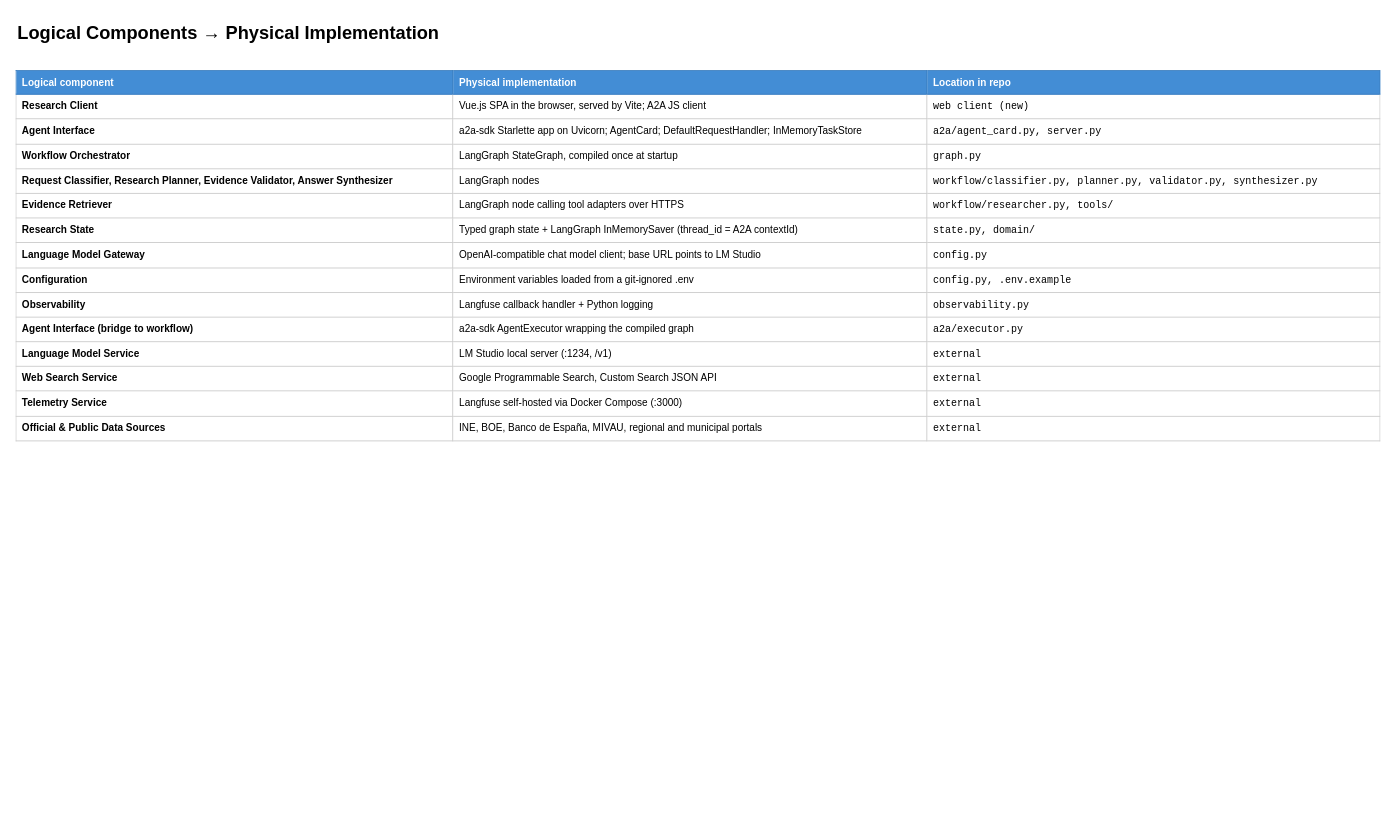
Before: page "Logical to Physical Mapping" (2 of 2) of docs/architecture/physical-architecture.drawio in rtrujillor/a2a-agent-example, a draw.io diagram. Source tidied: cells renumbered, new cells numbered last; positions are measured from the earlier drawing's top-left corner, leaving out a move shared by most shapes. Both pictures are drawn from the tidied source at 91%, with x=0, y=0 at pixel (15, 15).
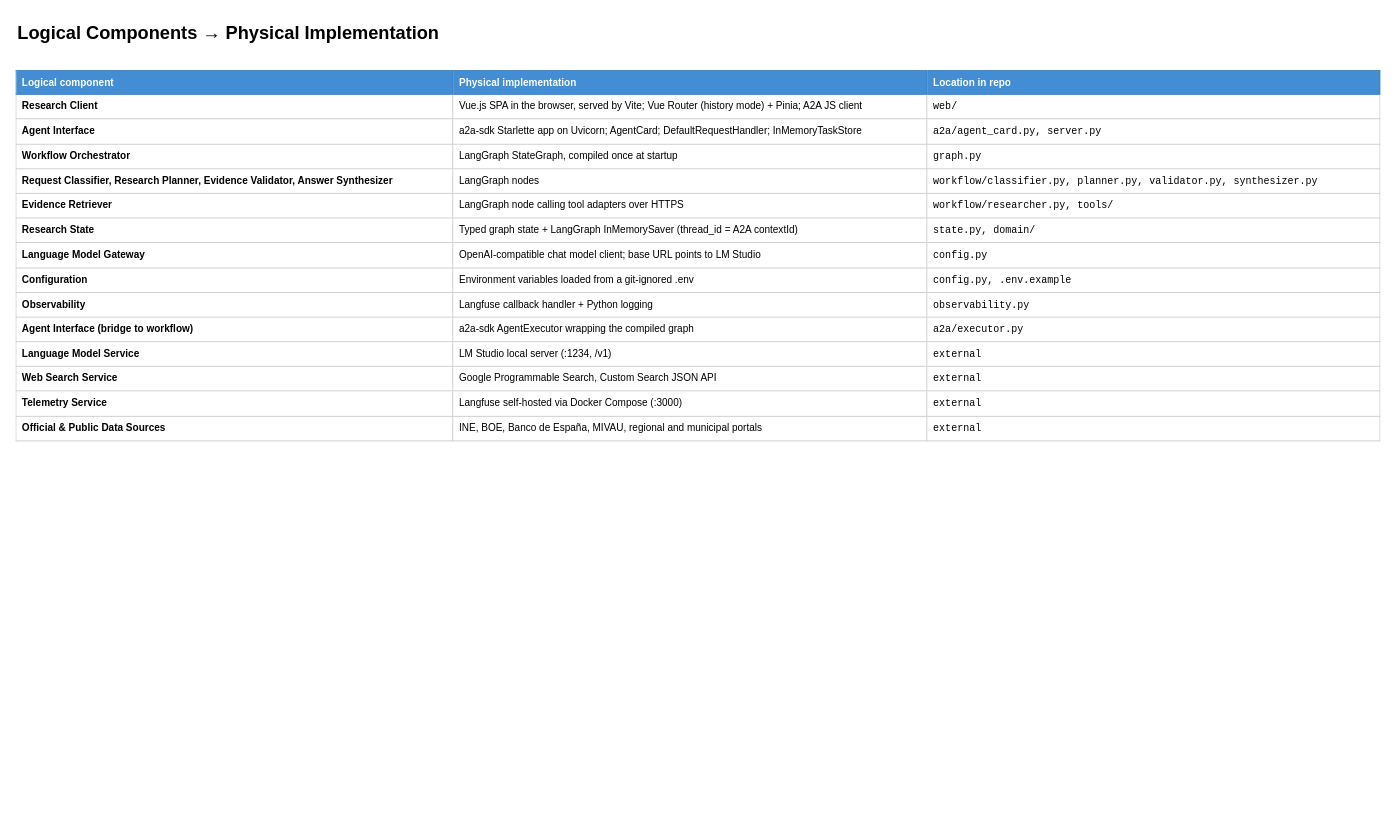
Above is the later version.

What changed in the source:
```diff
@@
 <mxGraphModel>
   <root>
     <mxCell id="0" />
     <mxCell id="1" parent="0" />
     <mxCell id="2" value="Logical Components → Physical Implementation" style="text;html=1;align=left;verticalAlign=top;fontSize=20;fontStyle=1;" parent="1" vertex="1">
       <mxGeometry width="900" height="40" as="geometry" />
     </mxCell>
-    <mxCell id="3" value="&lt;table style='border-collapse:collapse;width:100%'&gt;&lt;tr&gt;&lt;th style='background:#438DD5;color:#fff;padding:6px;text-align:left;border:1px solid #3C7FC0'&gt;Logical component&lt;/th&gt;&lt;th style='background:#438DD5;color:#fff;padding:6px;text-align:left;border:1px solid #3C7FC0'&gt;Physical implementation&lt;/th&gt;&lt;th style='background:#438DD5;color:#fff;padding:6px;text-align:left;border:1px solid #3C7FC0'&gt;Location in repo&lt;/th&gt;&lt;/tr&gt;&lt;tr&gt;&lt;td style='padding:6px;border:1px solid #cccccc;vertical-align:top'&gt;&lt;b&gt;Research Client&lt;/b&gt;&lt;/td&gt;&lt;td style='padding:6px;border:1px solid #cccccc;vertical-align:top'&gt;Vue.js SPA in the browser, served by Vite; A2A JS client&lt;/td&gt;&lt;td style='padding:6px;border:1px solid #cccccc;vertical-align:top'&gt;&lt;code&gt;web client (new)&lt;/code&gt;&lt;/td&gt;&lt;/tr&gt;&lt;tr&gt;&lt;td style='padding:6px;border:1px solid #cccccc;vertical-align:top'&gt;&lt;b&gt;Agent Interface&lt;/b&gt;&lt;/td&gt;&lt;td style='padding:6px;border:1px solid #cccccc;vertical-align:top'&gt;a2a-sdk Starlette app on Uvicorn; AgentCard; DefaultRequestHandler; InMemoryTaskStore&lt;/td&gt;&lt;td style='padding:6px;border:1px solid #cccccc;vertical-align:top'&gt;&lt;code&gt;a2a/agent_card.py, server.py&lt;/code&gt;&lt;/td&gt;&lt;/tr&gt;&lt;tr&gt;&lt;td style='padding:6px;border:1px solid #cccccc;vertical-align:top'&gt;&lt;b&gt;Workflow Orchestrator&lt;/b&gt;&lt;/td&gt;&lt;td style='padding:6px;border:1px solid #cccccc;vertical-align:top'&gt;LangGraph StateGraph, compiled once at startup&lt;/td&gt;&lt;td style='padding:6px;border:1px solid #cccccc;vertical-align:top'&gt;&lt;code&gt;graph.py&lt;/code&gt;&lt;/td&gt;&lt;/tr&gt;&lt;tr&gt;&lt;td style='padding:6px;border:1px solid #cccccc;vertical-align:top'&gt;&lt;b&gt;Request Classifier, Research Planner, Evidence Validator, Answer Synthesizer&lt;/b&gt;&lt;/td&gt;&lt;td style='padding:6px;border:1px solid #cccccc;vertical-align:top'&gt;LangGraph nodes&lt;/td&gt;&lt;td style='padding:6px;border:1px solid #cccccc;vertical-align:top'&gt;&lt;code&gt;workflow/classifier.py, planner.py, validator.py, synthesizer.py&lt;/code&gt;&lt;/td&gt;&lt;/tr&gt;&lt;tr&gt;&lt;td style='padding:6px;border:1px solid #cccccc;vertical-align:top'&gt;&lt;b&gt;Evidence Retriever&lt;/b&gt;&lt;/td&gt;&lt;td style='padding:6px;border:1px solid #cccccc;vertical-align:top'&gt;LangGraph node calling tool adapters over HTTPS&lt;/td&gt;&lt;td style='padding:6px;border:1px solid #cccccc;vertical-align:top'&gt;&lt;code&gt;workflow/researcher.py, tools/&lt;/code&gt;&lt;/td&gt;&lt;/tr&gt;&lt;tr&gt;&lt;td style='padding:6px;border:1px solid #cccccc;vertical-align:top'&gt;&lt;b&gt;Research State&lt;/b&gt;&lt;/td&gt;&lt;td style='padding:6px;border:1px solid #cccccc;vertical-align:top'&gt;Typed graph state + LangGraph InMemorySaver (thread_id = A2A contextId)&lt;/td&gt;&lt;td style='padding:6px;border:1px solid #cccccc;vertical-align:top'&gt;&lt;code&gt;state.py, domain/&lt;/code&gt;&lt;/td&gt;&lt;/tr&gt;&lt;tr&gt;&lt;td style='padding:6px;border:1px solid #cccccc;vertical-align:top'&gt;&lt;b&gt;Language Model Gateway&lt;/b&gt;&lt;/td&gt;&lt;td style='padding:6px;border:1px solid #cccccc;vertical-align:top'&gt;OpenAI-compatible chat model client; base URL points to LM Studio&lt;/td&gt;&lt;td style='padding:6px;border:1px solid #cccccc;vertical-align:top'&gt;&lt;code&gt;config.py&lt;/code&gt;&lt;/td&gt;&lt;/tr&gt;&lt;tr&gt;&lt;td style='padding:6px;border:1px solid #cccccc;vertical-align:top'&gt;&lt;b&gt;Configuration&lt;/b&gt;&lt;/td&gt;&lt;td style='padding:6px;border:1px solid #cccccc;vertical-align:top'&gt;Environment variables loaded from a git-ignored .env&lt;/td&gt;&lt;td style='padding:6px;border:1px solid #cccccc;vertical-align:top'&gt;&lt;code&gt;config.py, .env.example&lt;/code&gt;&lt;/td&gt;&lt;/tr&gt;&lt;tr&gt;&lt;td style='padding:6px;border:1px solid #cccccc;vertical-align:top'&gt;&lt;b&gt;Observability&lt;/b&gt;&lt;/td&gt;&lt;td style='padding:6px;border:1px solid #cccccc;vertical-align:top'&gt;Langfuse callback handler + Python logging&lt;/td&gt;&lt;td style='padding:6px;border:1px solid #cccccc;vertical-align:top'&gt;&lt;code&gt;observability.py&lt;/code&gt;&lt;/td&gt;&lt;/tr&gt;&lt;tr&gt;&lt;td style='padding:6px;border:1px solid #cccccc;vertical-align:top'&gt;&lt;b&gt;Agent Interface (bridge to workflow)&lt;/b&gt;&lt;/td&gt;&lt;td style='padding:6px;border:1px solid #cccccc;vertical-align:top'&gt;a2a-sdk AgentExecutor wrapping the compiled graph&lt;/td&gt;&lt;td style='padding:6px;border:1px solid #cccccc;vertical-align:top'&gt;&lt;code&gt;a2a/executor.py&lt;/code&gt;&lt;/td&gt;&lt;/tr&gt;&lt;tr&gt;&lt;td style='padding:6px;border:1px solid #cccccc;vertical-align:top'&gt;&lt;b&gt;Language Model Service&lt;/b&gt;&lt;/td&gt;&lt;td style='padding:6px;border:1px solid #cccccc;vertical-align:top'&gt;LM Studio local server (:1234, /v1)&lt;/td&gt;&lt;td style='padding:6px;border:1px solid #cccccc;vertical-align:top'&gt;&lt;code&gt;external&lt;/code&gt;&lt;/td&gt;&lt;/tr&gt;&lt;tr&gt;&lt;td style='padding:6px;border:1px solid #cccccc;vertical-align:top'&gt;&lt;b&gt;Web Search Service&lt;/b&gt;&lt;/td&gt;&lt;td style='padding:6px;border:1px solid #cccccc;vertical-align:top'&gt;Google Programmable Search, Custom Search JSON API&lt;/td&gt;&lt;td style='padding:6px;border:1px solid #cccccc;vertical-align:top'&gt;&lt;code&gt;external&lt;/code&gt;&lt;/td&gt;&lt;/tr&gt;&lt;tr&gt;&lt;td style='padding:6px;border:1px solid #cccccc;vertical-align:top'&gt;&lt;b&gt;Telemetry Service&lt;/b&gt;&lt;/td&gt;&lt;td style='padding:6px;border:1px solid #cccccc;vertical-align:top'&gt;Langfuse self-hosted via Docker Compose (:3000)&lt;/td&gt;&lt;td style='padding:6px;border:1px solid #cccccc;vertical-align:top'&gt;&lt;code&gt;external&lt;/code&gt;&lt;/td&gt;&lt;/tr&gt;&lt;tr&gt;&lt;td style='padding:6px;border:1px solid #cccccc;vertical-align:top'&gt;&lt;b&gt;Official &amp;amp; Public Data Sources&lt;/b&gt;&lt;/td&gt;&lt;td style='padding:6px;border:1px solid #cccccc;vertical-align:top'&gt;INE, BOE, Banco de España, MIVAU, regional and municipal portals&lt;/td&gt;&lt;td style='padding:6px;border:1px solid #cccccc;vertical-align:top'&gt;&lt;code&gt;external&lt;/code&gt;&lt;/td&gt;&lt;/tr&gt;&lt;/table&gt;" style="text;html=1;align=left;verticalAlign=top;whiteSpace=wrap;overflow=fill;fontSize=11;" parent="1" vertex="1">
+    <mxCell id="3" value="&lt;table style='border-collapse:collapse;width:100%'&gt;&lt;tr&gt;&lt;th style='background:#438DD5;color:#fff;padding:6px;text-align:left;border:1px solid #3C7FC0'&gt;Logical component&lt;/th&gt;&lt;th style='background:#438DD5;color:#fff;padding:6px;text-align:left;border:1px solid #3C7FC0'&gt;Physical implementation&lt;/th&gt;&lt;th style='background:#438DD5;color:#fff;padding:6px;text-align:left;border:1px solid #3C7FC0'&gt;Location in repo&lt;/th&gt;&lt;/tr&gt;&lt;tr&gt;&lt;td style='padding:6px;border:1px solid #cccccc;vertical-align:top'&gt;&lt;b&gt;Research Client&lt;/b&gt;&lt;/td&gt;&lt;td style='padding:6px;border:1px solid #cccccc;vertical-align:top'&gt;Vue.js SPA in the browser, served by Vite; Vue Router (history mode) + Pinia; A2A JS client&lt;/td&gt;&lt;td style='padding:6px;border:1px solid #cccccc;vertical-align:top'&gt;&lt;code&gt;web/&lt;/code&gt;&lt;/td&gt;&lt;/tr&gt;&lt;tr&gt;&lt;td style='padding:6px;border:1px solid #cccccc;vertical-align:top'&gt;&lt;b&gt;Agent Interface&lt;/b&gt;&lt;/td&gt;&lt;td style='padding:6px;border:1px solid #cccccc;vertical-align:top'&gt;a2a-sdk Starlette app on Uvicorn; AgentCard; DefaultRequestHandler; InMemoryTaskStore&lt;/td&gt;&lt;td style='padding:6px;border:1px solid #cccccc;vertical-align:top'&gt;&lt;code&gt;a2a/agent_card.py, server.py&lt;/code&gt;&lt;/td&gt;&lt;/tr&gt;&lt;tr&gt;&lt;td style='padding:6px;border:1px solid #cccccc;vertical-align:top'&gt;&lt;b&gt;Workflow Orchestrator&lt;/b&gt;&lt;/td&gt;&lt;td style='padding:6px;border:1px solid #cccccc;vertical-align:top'&gt;LangGraph StateGraph, compiled once at startup&lt;/td&gt;&lt;td style='padding:6px;border:1px solid #cccccc;vertical-align:top'&gt;&lt;code&gt;graph.py&lt;/code&gt;&lt;/td&gt;&lt;/tr&gt;&lt;tr&gt;&lt;td style='padding:6px;border:1px solid #cccccc;vertical-align:top'&gt;&lt;b&gt;Request Classifier, Research Planner, Evidence Validator, Answer Synthesizer&lt;/b&gt;&lt;/td&gt;&lt;td style='padding:6px;border:1px solid #cccccc;vertical-align:top'&gt;LangGraph nodes&lt;/td&gt;&lt;td style='padding:6px;border:1px solid #cccccc;vertical-align:top'&gt;&lt;code&gt;workflow/classifier.py, planner.py, validator.py, synthesizer.py&lt;/code&gt;&lt;/td&gt;&lt;/tr&gt;&lt;tr&gt;&lt;td style='padding:6px;border:1px solid #cccccc;vertical-align:top'&gt;&lt;b&gt;Evidence Retriever&lt;/b&gt;&lt;/td&gt;&lt;td style='padding:6px;border:1px solid #cccccc;vertical-align:top'&gt;LangGraph node calling tool adapters over HTTPS&lt;/td&gt;&lt;td style='padding:6px;border:1px solid #cccccc;vertical-align:top'&gt;&lt;code&gt;workflow/researcher.py, tools/&lt;/code&gt;&lt;/td&gt;&lt;/tr&gt;&lt;tr&gt;&lt;td style='padding:6px;border:1px solid #cccccc;vertical-align:top'&gt;&lt;b&gt;Research State&lt;/b&gt;&lt;/td&gt;&lt;td style='padding:6px;border:1px solid #cccccc;vertical-align:top'&gt;Typed graph state + LangGraph InMemorySaver (thread_id = A2A contextId)&lt;/td&gt;&lt;td style='padding:6px;border:1px solid #cccccc;vertical-align:top'&gt;&lt;code&gt;state.py, domain/&lt;/code&gt;&lt;/td&gt;&lt;/tr&gt;&lt;tr&gt;&lt;td style='padding:6px;border:1px solid #cccccc;vertical-align:top'&gt;&lt;b&gt;Language Model Gateway&lt;/b&gt;&lt;/td&gt;&lt;td style='padding:6px;border:1px solid #cccccc;vertical-align:top'&gt;OpenAI-compatible chat model client; base URL points to LM Studio&lt;/td&gt;&lt;td style='padding:6px;border:1px solid #cccccc;vertical-align:top'&gt;&lt;code&gt;config.py&lt;/code&gt;&lt;/td&gt;&lt;/tr&gt;&lt;tr&gt;&lt;td style='padding:6px;border:1px solid #cccccc;vertical-align:top'&gt;&lt;b&gt;Configuration&lt;/b&gt;&lt;/td&gt;&lt;td style='padding:6px;border:1px solid #cccccc;vertical-align:top'&gt;Environment variables loaded from a git-ignored .env&lt;/td&gt;&lt;td style='padding:6px;border:1px solid #cccccc;vertical-align:top'&gt;&lt;code&gt;config.py, .env.example&lt;/code&gt;&lt;/td&gt;&lt;/tr&gt;&lt;tr&gt;&lt;td style='padding:6px;border:1px solid #cccccc;vertical-align:top'&gt;&lt;b&gt;Observability&lt;/b&gt;&lt;/td&gt;&lt;td style='padding:6px;border:1px solid #cccccc;vertical-align:top'&gt;Langfuse callback handler + Python logging&lt;/td&gt;&lt;td style='padding:6px;border:1px solid #cccccc;vertical-align:top'&gt;&lt;code&gt;observability.py&lt;/code&gt;&lt;/td&gt;&lt;/tr&gt;&lt;tr&gt;&lt;td style='padding:6px;border:1px solid #cccccc;vertical-align:top'&gt;&lt;b&gt;Agent Interface (bridge to workflow)&lt;/b&gt;&lt;/td&gt;&lt;td style='padding:6px;border:1px solid #cccccc;vertical-align:top'&gt;a2a-sdk AgentExecutor wrapping the compiled graph&lt;/td&gt;&lt;td style='padding:6px;border:1px solid #cccccc;vertical-align:top'&gt;&lt;code&gt;a2a/executor.py&lt;/code&gt;&lt;/td&gt;&lt;/tr&gt;&lt;tr&gt;&lt;td style='padding:6px;border:1px solid #cccccc;vertical-align:top'&gt;&lt;b&gt;Language Model Service&lt;/b&gt;&lt;/td&gt;&lt;td style='padding:6px;border:1px solid #cccccc;vertical-align:top'&gt;LM Studio local server (:1234, /v1)&lt;/td&gt;&lt;td style='padding:6px;border:1px solid #cccccc;vertical-align:top'&gt;&lt;code&gt;external&lt;/code&gt;&lt;/td&gt;&lt;/tr&gt;&lt;tr&gt;&lt;td style='padding:6px;border:1px solid #cccccc;vertical-align:top'&gt;&lt;b&gt;Web Search Service&lt;/b&gt;&lt;/td&gt;&lt;td style='padding:6px;border:1px solid #cccccc;vertical-align:top'&gt;Google Programmable Search, Custom Search JSON API&lt;/td&gt;&lt;td style='padding:6px;border:1px solid #cccccc;vertical-align:top'&gt;&lt;code&gt;external&lt;/code&gt;&lt;/td&gt;&lt;/tr&gt;&lt;tr&gt;&lt;td style='padding:6px;border:1px solid #cccccc;vertical-align:top'&gt;&lt;b&gt;Telemetry Service&lt;/b&gt;&lt;/td&gt;&lt;td style='padding:6px;border:1px solid #cccccc;vertical-align:top'&gt;Langfuse self-hosted via Docker Compose (:3000)&lt;/td&gt;&lt;td style='padding:6px;border:1px solid #cccccc;vertical-align:top'&gt;&lt;code&gt;external&lt;/code&gt;&lt;/td&gt;&lt;/tr&gt;&lt;tr&gt;&lt;td style='padding:6px;border:1px solid #cccccc;vertical-align:top'&gt;&lt;b&gt;Official &amp;amp; Public Data Sources&lt;/b&gt;&lt;/td&gt;&lt;td style='padding:6px;border:1px solid #cccccc;vertical-align:top'&gt;INE, BOE, Banco de España, MIVAU, regional and municipal portals&lt;/td&gt;&lt;td style='padding:6px;border:1px solid #cccccc;vertical-align:top'&gt;&lt;code&gt;external&lt;/code&gt;&lt;/td&gt;&lt;/tr&gt;&lt;/table&gt;" style="text;html=1;align=left;verticalAlign=top;whiteSpace=wrap;overflow=fill;fontSize=11;" parent="1" vertex="1">
       <mxGeometry y="60" width="1500" height="820" as="geometry" />
     </mxCell>
   </root>
 </mxGraphModel>
```
